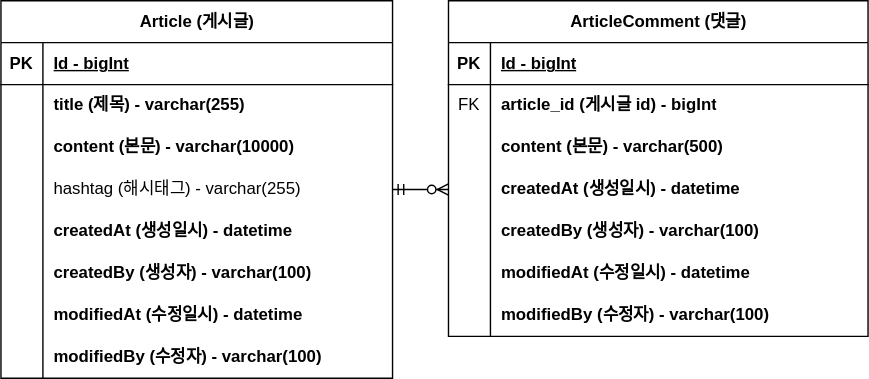
Earlier version of the draw.io export Part02/document/project-board-erd.svg (dbwp031/FastCampusClass). Source tidied: cells renumbered, new cells last; positions are measured from the earlier drawing's top-left corner, leaving out a move shared by most shapes.
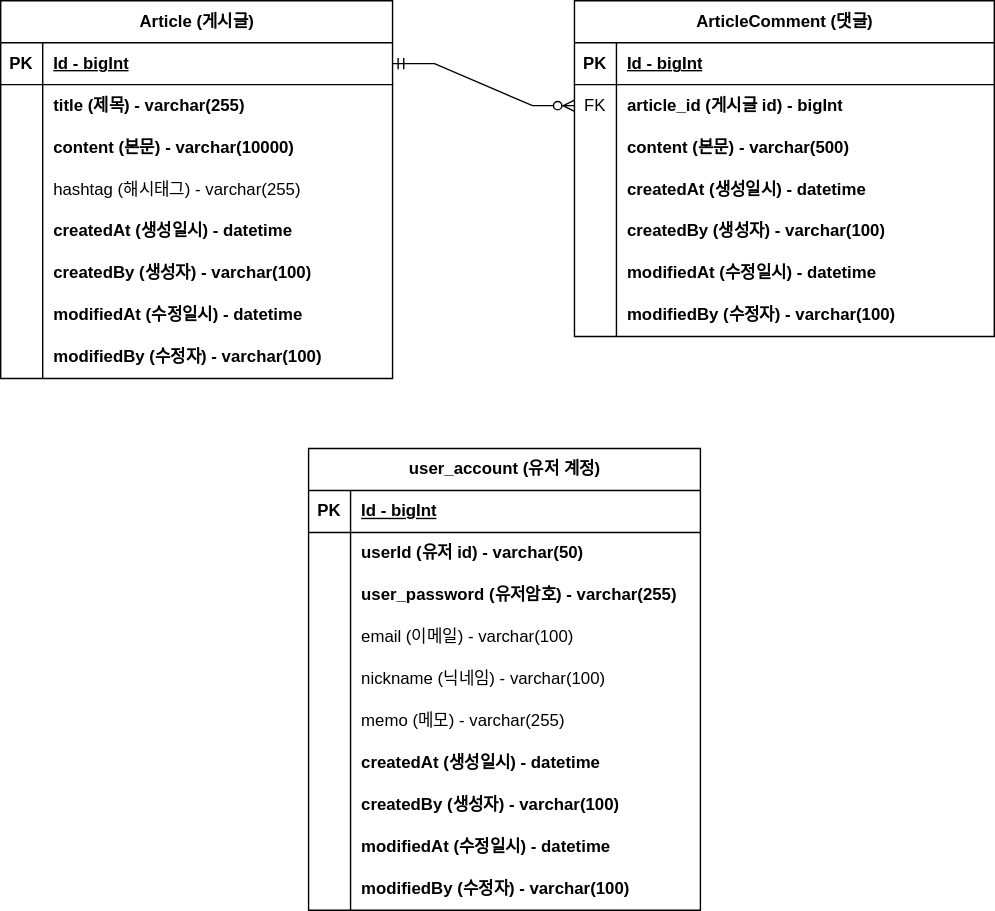
After the change.

Commit message:
#19 - 엔티티 업데이트: 유저 계정 추가

What changed in the source:
```diff
@@ -78,7 +78,7 @@
       <mxGeometry x="30" width="250" height="30" as="geometry" />
     </mxCell>
     <mxCell id="27" value="ArticleComment (댓글)" style="shape=table;startSize=30;rowLines=0;fontStyle=1;align=center;html=1;" parent="1" vertex="1">
-      <mxGeometry x="320" width="300" height="240" as="geometry" />
+      <mxGeometry x="410" width="300" height="240" as="geometry" />
     </mxCell>
     <mxCell id="28" style="shape=tableRow;horizontal=0;startSize=0;swimlaneHead=0;swimlaneBody=0;fillColor=none;top=0;left=0;right=0;bottom=1;" parent="27" vertex="1">
       <mxGeometry y="30" width="300" height="30" as="geometry" />
@@ -143,8 +143,107 @@
     <mxCell id="48" value="modifiedBy (수정자) - varchar(100)" style="shape=partialRectangle;fillColor=none;top=0;left=0;bottom=0;right=0;align=left;spacingLeft=6;overflow=hidden;whiteSpace=wrap;html=1;fontStyle=1;" parent="46" vertex="1">
       <mxGeometry x="30" width="270" height="30" as="geometry" />
     </mxCell>
-    <mxCell id="49" style="edgeStyle=entityRelationEdgeStyle;fontSize=12;html=1;endArrow=ERzeroToMany;startArrow=ERmandOne;rounded=0;exitX=1;exitY=0.5;exitDx=0;exitDy=0;entryX=0;entryY=0.5;entryDx=0;entryDy=0;" parent="1" edge="1" source="12" target="37">
-      <mxGeometry relative="1" as="geometry" />
+    <mxCell id="49" style="edgeStyle=entityRelationEdgeStyle;fontSize=12;html=1;endArrow=ERzeroToMany;startArrow=ERmandOne;rounded=0;" parent="1" edge="1" source="3" target="31">
+      <mxGeometry relative="1" as="geometry">
+        <Array as="points">
+          <mxPoint x="409.6" y="65" />
+          <mxPoint x="419.6" y="55" />
+          <mxPoint x="429.6" y="85" />
+        </Array>
+      </mxGeometry>
     </mxCell>
+    <mxCell id="50" value="user_account (유저 계정)" style="shape=table;startSize=30;rowLines=0;fontStyle=1;align=center;html=1;" parent="1" vertex="1">
+      <mxGeometry x="220" y="320" width="280" height="330" as="geometry" />
+    </mxCell>
+    <mxCell id="51" style="shape=tableRow;horizontal=0;startSize=0;swimlaneHead=0;swimlaneBody=0;fillColor=none;top=0;left=0;right=0;bottom=1;" parent="50" vertex="1">
+      <mxGeometry y="30" width="280" height="30" as="geometry" />
+    </mxCell>
+    <mxCell id="52" value="PK" style="shape=partialRectangle;fillColor=none;top=0;left=0;bottom=0;right=0;fontStyle=1;overflow=hidden;whiteSpace=wrap;html=1;" parent="51" vertex="1">
+      <mxGeometry width="30" height="30" as="geometry" />
+    </mxCell>
+    <mxCell id="53" value="Id - bigInt" style="shape=partialRectangle;fillColor=none;top=0;left=0;bottom=0;right=0;align=left;spacingLeft=6;fontStyle=5;overflow=hidden;whiteSpace=wrap;html=1;" parent="51" vertex="1">
+      <mxGeometry x="30" width="250" height="30" as="geometry" />
+    </mxCell>
+    <mxCell id="54" style="shape=tableRow;horizontal=0;startSize=0;swimlaneHead=0;swimlaneBody=0;fillColor=none;top=0;left=0;right=0;bottom=0;" parent="50" vertex="1">
+      <mxGeometry y="60" width="280" height="30" as="geometry" />
+    </mxCell>
+    <mxCell id="55" style="shape=partialRectangle;fillColor=none;top=0;left=0;bottom=0;right=0;overflow=hidden;whiteSpace=wrap;html=1;" parent="54" vertex="1">
+      <mxGeometry width="30" height="30" as="geometry" />
+    </mxCell>
+    <mxCell id="56" value="userId (유저 id) - varchar(50)" style="shape=partialRectangle;fillColor=none;top=0;left=0;bottom=0;right=0;align=left;spacingLeft=6;overflow=hidden;whiteSpace=wrap;html=1;fontStyle=1;" parent="54" vertex="1">
+      <mxGeometry x="30" width="250" height="30" as="geometry" />
+    </mxCell>
+    <mxCell id="57" style="shape=tableRow;horizontal=0;startSize=0;swimlaneHead=0;swimlaneBody=0;fillColor=none;top=0;left=0;right=0;bottom=0;" parent="50" vertex="1">
+      <mxGeometry y="90" width="280" height="30" as="geometry" />
+    </mxCell>
+    <mxCell id="58" style="shape=partialRectangle;fillColor=none;top=0;left=0;bottom=0;right=0;overflow=hidden;whiteSpace=wrap;html=1;" parent="57" vertex="1">
+      <mxGeometry width="30" height="30" as="geometry" />
+    </mxCell>
+    <mxCell id="59" value="user_password (유저암호) - varchar(255)" style="shape=partialRectangle;fillColor=none;top=0;left=0;bottom=0;right=0;align=left;spacingLeft=6;overflow=hidden;whiteSpace=wrap;html=1;fontStyle=1;" parent="57" vertex="1">
+      <mxGeometry x="30" width="250" height="30" as="geometry" />
+    </mxCell>
+    <mxCell id="60" style="shape=tableRow;horizontal=0;startSize=0;swimlaneHead=0;swimlaneBody=0;fillColor=none;top=0;left=0;right=0;bottom=0;" parent="50" vertex="1">
+      <mxGeometry y="120" width="280" height="30" as="geometry" />
+    </mxCell>
+    <mxCell id="61" style="shape=partialRectangle;fillColor=none;top=0;left=0;bottom=0;right=0;overflow=hidden;whiteSpace=wrap;html=1;" parent="60" vertex="1">
+      <mxGeometry width="30" height="30" as="geometry" />
+    </mxCell>
+    <mxCell id="62" value="email (이메일) - varchar(100)" style="shape=partialRectangle;fillColor=none;top=0;left=0;bottom=0;right=0;align=left;spacingLeft=6;overflow=hidden;whiteSpace=wrap;html=1;" parent="60" vertex="1">
+      <mxGeometry x="30" width="250" height="30" as="geometry" />
+    </mxCell>
+    <mxCell id="63" style="shape=tableRow;horizontal=0;startSize=0;swimlaneHead=0;swimlaneBody=0;fillColor=none;top=0;left=0;right=0;bottom=0;" parent="50" vertex="1">
+      <mxGeometry y="150" width="280" height="30" as="geometry" />
+    </mxCell>
+    <mxCell id="64" style="shape=partialRectangle;fillColor=none;top=0;left=0;bottom=0;right=0;overflow=hidden;whiteSpace=wrap;html=1;" parent="63" vertex="1">
+      <mxGeometry width="30" height="30" as="geometry" />
+    </mxCell>
+    <mxCell id="65" value="nickname (닉네임) - varchar(100)" style="shape=partialRectangle;fillColor=none;top=0;left=0;bottom=0;right=0;align=left;spacingLeft=6;overflow=hidden;whiteSpace=wrap;html=1;" parent="63" vertex="1">
+      <mxGeometry x="30" width="250" height="30" as="geometry" />
+    </mxCell>
+    <mxCell id="66" style="shape=tableRow;horizontal=0;startSize=0;swimlaneHead=0;swimlaneBody=0;fillColor=none;top=0;left=0;right=0;bottom=0;" parent="50" vertex="1">
+      <mxGeometry y="180" width="280" height="30" as="geometry" />
+    </mxCell>
+    <mxCell id="67" style="shape=partialRectangle;fillColor=none;top=0;left=0;bottom=0;right=0;overflow=hidden;whiteSpace=wrap;html=1;" parent="66" vertex="1">
+      <mxGeometry width="30" height="30" as="geometry" />
+    </mxCell>
+    <mxCell id="68" value="memo (메모) - varchar(255)" style="shape=partialRectangle;fillColor=none;top=0;left=0;bottom=0;right=0;align=left;spacingLeft=6;overflow=hidden;whiteSpace=wrap;html=1;" parent="66" vertex="1">
+      <mxGeometry x="30" width="250" height="30" as="geometry" />
+    </mxCell>
+    <mxCell id="69" style="shape=tableRow;horizontal=0;startSize=0;swimlaneHead=0;swimlaneBody=0;fillColor=none;top=0;left=0;right=0;bottom=0;" parent="50" vertex="1">
+      <mxGeometry y="210" width="280" height="30" as="geometry" />
+    </mxCell>
+    <mxCell id="70" style="shape=partialRectangle;fillColor=none;top=0;left=0;bottom=0;right=0;overflow=hidden;whiteSpace=wrap;html=1;" parent="69" vertex="1">
+      <mxGeometry width="30" height="30" as="geometry" />
+    </mxCell>
+    <mxCell id="71" value="createdAt (생성일시) - datetime" style="shape=partialRectangle;fillColor=none;top=0;left=0;bottom=0;right=0;align=left;spacingLeft=6;overflow=hidden;whiteSpace=wrap;html=1;fontStyle=1;" parent="69" vertex="1">
+      <mxGeometry x="30" width="250" height="30" as="geometry" />
+    </mxCell>
+    <mxCell id="72" style="shape=tableRow;horizontal=0;startSize=0;swimlaneHead=0;swimlaneBody=0;fillColor=none;top=0;left=0;right=0;bottom=0;" parent="50" vertex="1">
+      <mxGeometry y="240" width="280" height="30" as="geometry" />
+    </mxCell>
+    <mxCell id="73" style="shape=partialRectangle;fillColor=none;top=0;left=0;bottom=0;right=0;overflow=hidden;whiteSpace=wrap;html=1;" parent="72" vertex="1">
+      <mxGeometry width="30" height="30" as="geometry" />
+    </mxCell>
+    <mxCell id="74" value="createdBy (생성자) - varchar(100)" style="shape=partialRectangle;fillColor=none;top=0;left=0;bottom=0;right=0;align=left;spacingLeft=6;overflow=hidden;whiteSpace=wrap;html=1;fontStyle=1;" parent="72" vertex="1">
+      <mxGeometry x="30" width="250" height="30" as="geometry" />
+    </mxCell>
+    <mxCell id="75" style="shape=tableRow;horizontal=0;startSize=0;swimlaneHead=0;swimlaneBody=0;fillColor=none;top=0;left=0;right=0;bottom=0;" parent="50" vertex="1">
+      <mxGeometry y="270" width="280" height="30" as="geometry" />
+    </mxCell>
+    <mxCell id="76" style="shape=partialRectangle;fillColor=none;top=0;left=0;bottom=0;right=0;overflow=hidden;whiteSpace=wrap;html=1;" parent="75" vertex="1">
+      <mxGeometry width="30" height="30" as="geometry" />
+    </mxCell>
+    <mxCell id="77" value="modifiedAt (수정일시) - datetime" style="shape=partialRectangle;fillColor=none;top=0;left=0;bottom=0;right=0;align=left;spacingLeft=6;overflow=hidden;whiteSpace=wrap;html=1;fontStyle=1;" parent="75" vertex="1">
+      <mxGeometry x="30" width="250" height="30" as="geometry" />
+    </mxCell>
+    <mxCell id="78" style="shape=tableRow;horizontal=0;startSize=0;swimlaneHead=0;swimlaneBody=0;fillColor=none;top=0;left=0;right=0;bottom=0;" parent="50" vertex="1">
+      <mxGeometry y="300" width="280" height="30" as="geometry" />
+    </mxCell>
+    <mxCell id="79" style="shape=partialRectangle;fillColor=none;top=0;left=0;bottom=0;right=0;overflow=hidden;whiteSpace=wrap;html=1;" parent="78" vertex="1">
+      <mxGeometry width="30" height="30" as="geometry" />
+    </mxCell>
+    <mxCell id="80" value="modifiedBy (수정자) - varchar(100)" style="shape=partialRectangle;fillColor=none;top=0;left=0;bottom=0;right=0;align=left;spacingLeft=6;overflow=hidden;whiteSpace=wrap;html=1;fontStyle=1;" parent="78" vertex="1">
+      <mxGeometry x="30" width="250" height="30" as="geometry" />
+    </mxCell>
   </root>
 </mxGraphModel>
```
